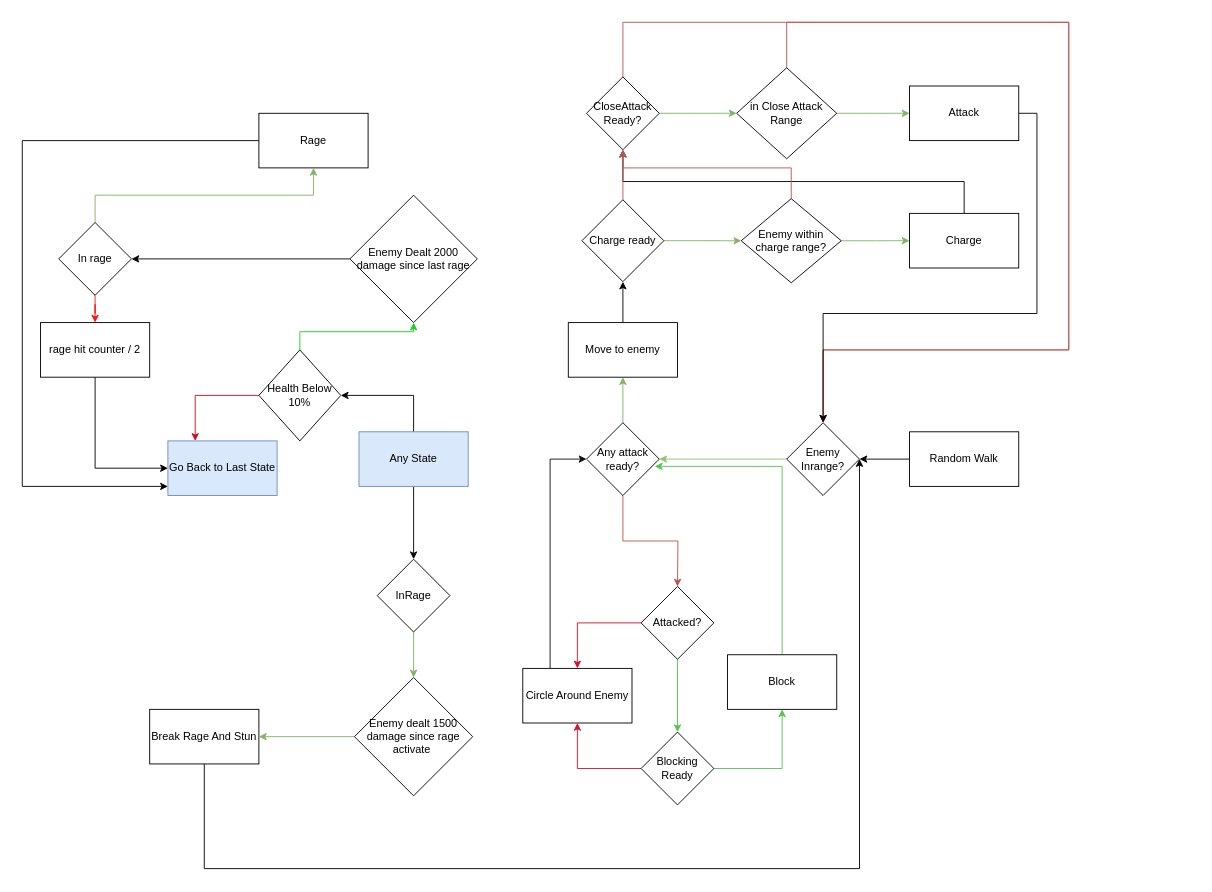
Above: Diagrams/StoneMachine.drawio in MikaelHans/Git_KB_UAS (draw.io), before the change. Source tidied: cells renumbered, new cells numbered last; positions are measured from the earlier drawing's top-left corner, leaving out a move shared by most shapes. Both pictures are drawn from the tidied source at 91%, with x=0, y=0 at pixel (22, 22).
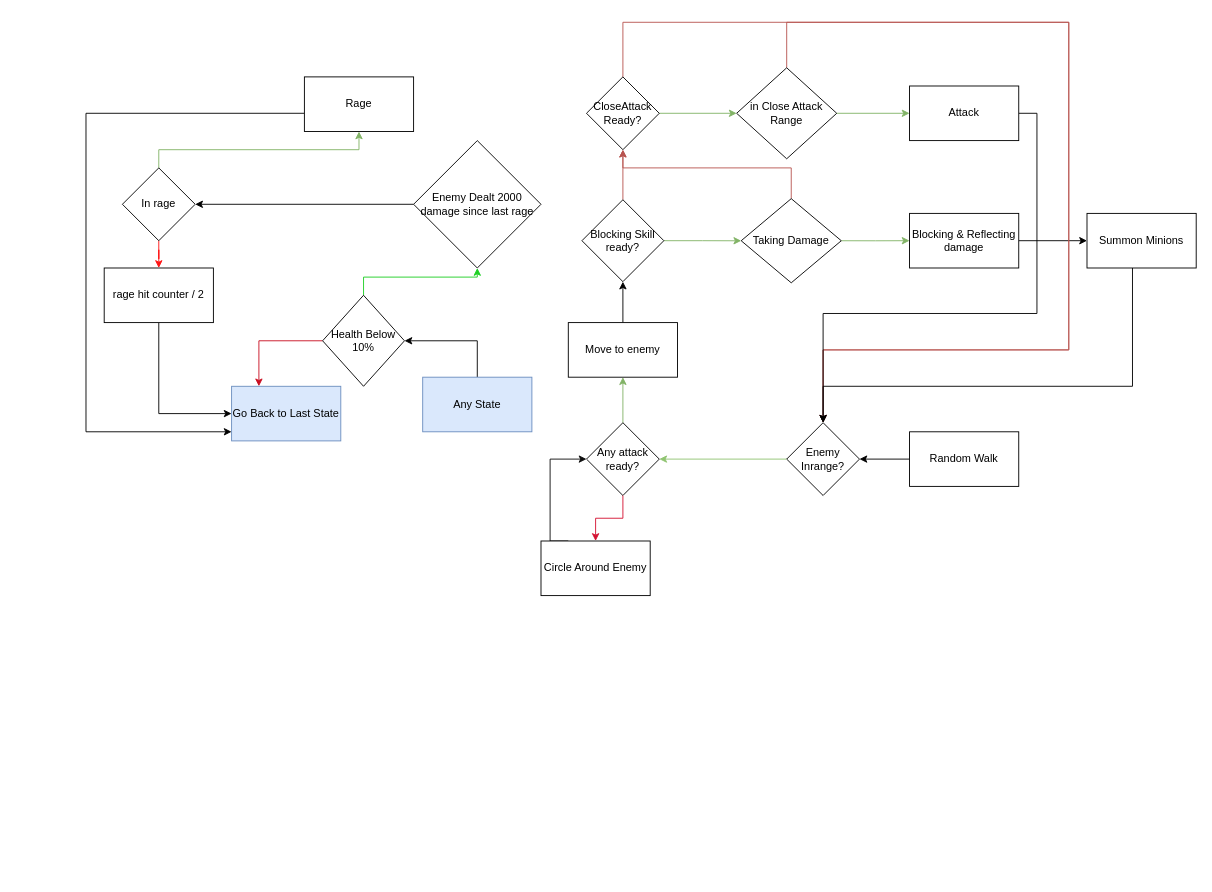
After the change.

The change refers to these unchanged cells:
```xml
<mxCell id="7" value="Enemy Inrange?" style="rhombus;whiteSpace=wrap;html=1;" parent="1" vertex="1">
  <mxGeometry x="840" y="440" width="80" height="80" as="geometry" />
</mxCell>
<mxCell id="18" value="CloseAttack Ready?" style="rhombus;whiteSpace=wrap;html=1;" parent="1" vertex="1">
  <mxGeometry x="620" y="60" width="80" height="80" as="geometry" />
</mxCell>
<mxCell id="28" value="Any attack ready?" style="rhombus;whiteSpace=wrap;html=1;" parent="1" vertex="1">
  <mxGeometry x="620" y="440" width="80" height="80" as="geometry" />
</mxCell>
```

The edit, as a diff of the source:
```diff
@@
-    <mxCell id="8" style="edgeStyle=orthogonalEdgeStyle;rounded=0;jettySize=auto;html=1;exitX=0.5;exitY=0;exitDx=0;exitDy=0;" parent="1" edge="1" source="9" target="18">
-      <mxGeometry relative="1" as="geometry" />
-    </mxCell>
+    <mxCell id="60" style="edgeStyle=orthogonalEdgeStyle;rounded=0;jettySize=auto;html=1;" parent="1" edge="1" source="9" target="62">
+      <mxGeometry relative="1" as="geometry" />
+    </mxCell>
-    <mxCell id="9" value="Charge" style="rounded=0;whiteSpace=wrap;html=1;" parent="1" vertex="1">
+    <mxCell id="9" value="Blocking &amp;amp; Reflecting damage" style="rounded=0;whiteSpace=wrap;html=1;" parent="1" vertex="1">
       <mxGeometry x="975" y="210" width="120" height="60" as="geometry" />
     </mxCell>
@@
-    <mxCell id="12" value="Charge ready" style="rhombus;whiteSpace=wrap;html=1;" parent="1" vertex="1">
+    <mxCell id="12" value="Blocking Skill ready?" style="rhombus;whiteSpace=wrap;html=1;" parent="1" vertex="1">
       <mxGeometry x="615" y="195" width="90" height="90" as="geometry" />
     </mxCell>
@@
-    <mxCell id="15" value="Enemy within charge range?" style="rhombus;whiteSpace=wrap;html=1;" parent="1" vertex="1">
+    <mxCell id="15" value="Taking Damage" style="rhombus;whiteSpace=wrap;html=1;" parent="1" vertex="1">
       <mxGeometry x="790" y="193.8" width="110" height="92.5" as="geometry" />
     </mxCell>
@@
     <mxCell id="25" value="Circle Around Enemy" style="rounded=0;whiteSpace=wrap;html=1;" parent="1" vertex="1">
-      <mxGeometry x="550" y="710" width="120" height="60" as="geometry" />
+      <mxGeometry x="570" y="570" width="120" height="60" as="geometry" />
     </mxCell>
@@
-    <mxCell id="27" style="edgeStyle=orthogonalEdgeStyle;rounded=0;jettySize=auto;html=1;exitX=0.5;exitY=1;exitDx=0;exitDy=0;fillColor=#f8cecc;strokeColor=#b85450;" parent="1" edge="1" source="28">
-      <mxGeometry relative="1" as="geometry">
-        <mxPoint x="720" y="620" as="targetPoint" />
-      </mxGeometry>
-    </mxCell>
@@
-    <mxCell id="29" style="edgeStyle=orthogonalEdgeStyle;rounded=0;jettySize=auto;html=1;exitX=0.5;exitY=1;exitDx=0;exitDy=0;entryX=0.5;entryY=0;entryDx=0;entryDy=0;" parent="1" edge="1" source="31" target="40">
-      <mxGeometry relative="1" as="geometry" />
-    </mxCell>
     <mxCell id="30" style="edgeStyle=orthogonalEdgeStyle;rounded=0;jettySize=auto;html=1;strokeColor=#000000;" parent="1" edge="1" source="31" target="47">
       <mxGeometry relative="1" as="geometry">
         <Array as="points">
-          <mxPoint x="430" y="410" />
+          <mxPoint x="500" y="350" />
         </Array>
       </mxGeometry>
     </mxCell>
     <mxCell id="31" value="Any State" style="rounded=0;whiteSpace=wrap;html=1;fillColor=#dae8fc;strokeColor=#6c8ebf;" parent="1" vertex="1">
-      <mxGeometry x="370" y="450" width="120" height="60" as="geometry" />
+      <mxGeometry x="440" y="390" width="120" height="60" as="geometry" />
     </mxCell>
     <mxCell id="32" style="edgeStyle=orthogonalEdgeStyle;rounded=0;jettySize=auto;html=1;strokeColor=#000000;" parent="1" edge="1" source="33" target="48">
       <mxGeometry relative="1" as="geometry">
         <Array as="points">
-          <mxPoint y="130" />
-          <mxPoint y="510" />
+          <mxPoint x="70" y="100" />
+          <mxPoint x="70" y="450" />
         </Array>
       </mxGeometry>
     </mxCell>
     <mxCell id="33" value="Rage" style="rounded=0;whiteSpace=wrap;html=1;" parent="1" vertex="1">
-      <mxGeometry x="260" y="100" width="120" height="60" as="geometry" />
+      <mxGeometry x="310" y="60" width="120" height="60" as="geometry" />
     </mxCell>
     <mxCell id="34" style="edgeStyle=orthogonalEdgeStyle;rounded=0;jettySize=auto;html=1;exitX=0.5;exitY=0;exitDx=0;exitDy=0;entryX=0.5;entryY=1;entryDx=0;entryDy=0;fillColor=#d5e8d4;strokeColor=#82b366;" parent="1" edge="1" source="36" target="33">
-      <mxGeometry relative="1" as="geometry" />
+      <mxGeometry relative="1" as="geometry">
+        <Array as="points">
+          <mxPoint x="150" y="140" />
+          <mxPoint x="370" y="140" />
+        </Array>
+      </mxGeometry>
     </mxCell>
@@
     <mxCell id="36" value="In rage" style="rhombus;whiteSpace=wrap;html=1;" parent="1" vertex="1">
-      <mxGeometry x="40" y="220" width="80" height="80" as="geometry" />
+      <mxGeometry x="110" y="160" width="80" height="80" as="geometry" />
     </mxCell>
     <mxCell id="37" style="edgeStyle=orthogonalEdgeStyle;rounded=0;jettySize=auto;html=1;strokeColor=#000000;" parent="1" edge="1" source="38" target="48">
       <mxGeometry relative="1" as="geometry">
         <Array as="points">
-          <mxPoint x="80" y="490" />
+          <mxPoint x="150" y="430" />
         </Array>
       </mxGeometry>
     </mxCell>
     <mxCell id="38" value="rage hit counter / 2" style="rounded=0;whiteSpace=wrap;html=1;" parent="1" vertex="1">
-      <mxGeometry x="20" y="330" width="120" height="60" as="geometry" />
+      <mxGeometry x="90" y="270" width="120" height="60" as="geometry" />
     </mxCell>
-    <mxCell id="39" style="edgeStyle=orthogonalEdgeStyle;rounded=0;jettySize=auto;html=1;exitX=0.5;exitY=1;exitDx=0;exitDy=0;entryX=0.5;entryY=0;entryDx=0;entryDy=0;fillColor=#d5e8d4;strokeColor=#82b366;" parent="1" edge="1" source="40" target="42">
-      <mxGeometry relative="1" as="geometry" />
-    </mxCell>
-    <mxCell id="40" value="InRage" style="rhombus;whiteSpace=wrap;html=1;" parent="1" vertex="1">
-      <mxGeometry x="390" y="590" width="80" height="80" as="geometry" />
-    </mxCell>
-    <mxCell id="41" style="edgeStyle=orthogonalEdgeStyle;rounded=0;jettySize=auto;html=1;exitX=0;exitY=0.5;exitDx=0;exitDy=0;fillColor=#d5e8d4;strokeColor=#82b366;" parent="1" edge="1" source="42" target="44">
-      <mxGeometry relative="1" as="geometry" />
-    </mxCell>
-    <mxCell id="42" value="Enemy dealt 1500 damage since rage activate&amp;nbsp;" style="rhombus;whiteSpace=wrap;html=1;" parent="1" vertex="1">
-      <mxGeometry x="365" y="720" width="130" height="130" as="geometry" />
-    </mxCell>
-    <mxCell id="43" style="edgeStyle=orthogonalEdgeStyle;rounded=0;jettySize=auto;html=1;exitX=0.5;exitY=1;exitDx=0;exitDy=0;" parent="1" edge="1" source="44" target="7">
-      <mxGeometry relative="1" as="geometry">
-        <Array as="points">
-          <mxPoint x="200" y="930" />
-          <mxPoint x="920" y="930" />
-        </Array>
-      </mxGeometry>
-    </mxCell>
-    <mxCell id="44" value="Break Rage And Stun" style="rounded=0;whiteSpace=wrap;html=1;" parent="1" vertex="1">
-      <mxGeometry x="140" y="755" width="120" height="60" as="geometry" />
-    </mxCell>
     <mxCell id="45" style="edgeStyle=orthogonalEdgeStyle;rounded=0;jettySize=auto;html=1;exitX=0;exitY=0.5;exitDx=0;exitDy=0;fillColor=#f8cecc;strokeColor=#C90E21;" parent="1" edge="1" source="47" target="48">
       <mxGeometry relative="1" as="geometry">
         <Array as="points">
-          <mxPoint x="190" y="410" />
+          <mxPoint x="260" y="350" />
         </Array>
       </mxGeometry>
     </mxCell>
     <mxCell id="46" style="edgeStyle=orthogonalEdgeStyle;rounded=0;jettySize=auto;html=1;strokeColor=#1DCF23;" parent="1" edge="1" source="47" target="59">
       <mxGeometry relative="1" as="geometry">
         <Array as="points">
-          <mxPoint x="305" y="340" />
-          <mxPoint x="430" y="340" />
+          <mxPoint x="375" y="280" />
+          <mxPoint x="500" y="280" />
         </Array>
       </mxGeometry>
     </mxCell>
     <mxCell id="47" value="Health Below 10%" style="rhombus;whiteSpace=wrap;html=1;" parent="1" vertex="1">
-      <mxGeometry x="260" y="360" width="90" height="100" as="geometry" />
+      <mxGeometry x="330" y="300" width="90" height="100" as="geometry" />
     </mxCell>
     <mxCell id="48" value="Go Back to Last State" style="rounded=0;whiteSpace=wrap;html=1;fillColor=#dae8fc;strokeColor=#6c8ebf;" parent="1" vertex="1">
-      <mxGeometry x="160" y="460" width="120" height="60" as="geometry" />
+      <mxGeometry x="230" y="400" width="120" height="60" as="geometry" />
     </mxCell>
-    <mxCell id="49" style="edgeStyle=orthogonalEdgeStyle;rounded=0;jettySize=auto;html=1;strokeColor=#54C451;" parent="1" edge="1" source="50" target="56">
-      <mxGeometry relative="1" as="geometry" />
-    </mxCell>
-    <mxCell id="50" value="Attacked?" style="rhombus;whiteSpace=wrap;html=1;" parent="1" vertex="1">
-      <mxGeometry x="680" y="620" width="80" height="80" as="geometry" />
-    </mxCell>
@@
-    <mxCell id="52" style="edgeStyle=orthogonalEdgeStyle;rounded=0;jettySize=auto;html=1;entryX=0.938;entryY=0.6;entryDx=0;entryDy=0;entryPerimeter=0;strokeColor=#54C451;exitX=0.5;exitY=0;exitDx=0;exitDy=0;" parent="1" edge="1" source="53" target="28">
-      <mxGeometry relative="1" as="geometry">
-        <Array as="points">
-          <mxPoint x="835" y="488" />
-        </Array>
-      </mxGeometry>
-    </mxCell>
-    <mxCell id="53" value="Block" style="rounded=0;whiteSpace=wrap;html=1;" parent="1" vertex="1">
-      <mxGeometry x="775" y="695" width="120" height="60" as="geometry" />
-    </mxCell>
-    <mxCell id="54" style="edgeStyle=orthogonalEdgeStyle;rounded=0;jettySize=auto;html=1;strokeColor=#54C451;" parent="1" edge="1" source="56" target="53">
-      <mxGeometry relative="1" as="geometry" />
-    </mxCell>
-    <mxCell id="55" style="edgeStyle=orthogonalEdgeStyle;rounded=0;jettySize=auto;html=1;strokeColor=#D41131;" parent="1" edge="1" source="56" target="25">
-      <mxGeometry relative="1" as="geometry" />
-    </mxCell>
-    <mxCell id="56" value="Blocking&lt;br&gt;Ready" style="rhombus;whiteSpace=wrap;html=1;" parent="1" vertex="1">
-      <mxGeometry x="680" y="780" width="80" height="80" as="geometry" />
-    </mxCell>
-    <mxCell id="57" style="edgeStyle=orthogonalEdgeStyle;rounded=0;jettySize=auto;html=1;exitX=0;exitY=0.5;exitDx=0;exitDy=0;fillColor=#f8cecc;entryX=0.5;entryY=0;entryDx=0;entryDy=0;strokeColor=#D41131;" parent="1" edge="1" source="50" target="25">
+    <mxCell id="57" style="edgeStyle=orthogonalEdgeStyle;rounded=0;jettySize=auto;html=1;fillColor=#f8cecc;entryX=0.5;entryY=0;entryDx=0;entryDy=0;strokeColor=#D41131;" parent="1" edge="1" source="28" target="25">
       <mxGeometry relative="1" as="geometry" />
     </mxCell>
@@
     <mxCell id="59" value="Enemy Dealt 2000 damage since last rage" style="rhombus;whiteSpace=wrap;html=1;" parent="1" vertex="1">
-      <mxGeometry x="360" y="190" width="140" height="140" as="geometry" />
+      <mxGeometry x="430" y="130" width="140" height="140" as="geometry" />
     </mxCell>
+    <mxCell id="61" style="edgeStyle=orthogonalEdgeStyle;rounded=0;jettySize=auto;html=1;" parent="1" edge="1" source="62" target="7">
+      <mxGeometry relative="1" as="geometry">
+        <Array as="points">
+          <mxPoint x="1220" y="400" />
+          <mxPoint x="880" y="400" />
+        </Array>
+      </mxGeometry>
+    </mxCell>
+    <mxCell id="62" value="Summon Minions" style="rounded=0;whiteSpace=wrap;html=1;" parent="1" vertex="1">
+      <mxGeometry x="1170" y="210" width="120" height="60" as="geometry" />
+    </mxCell>
```
